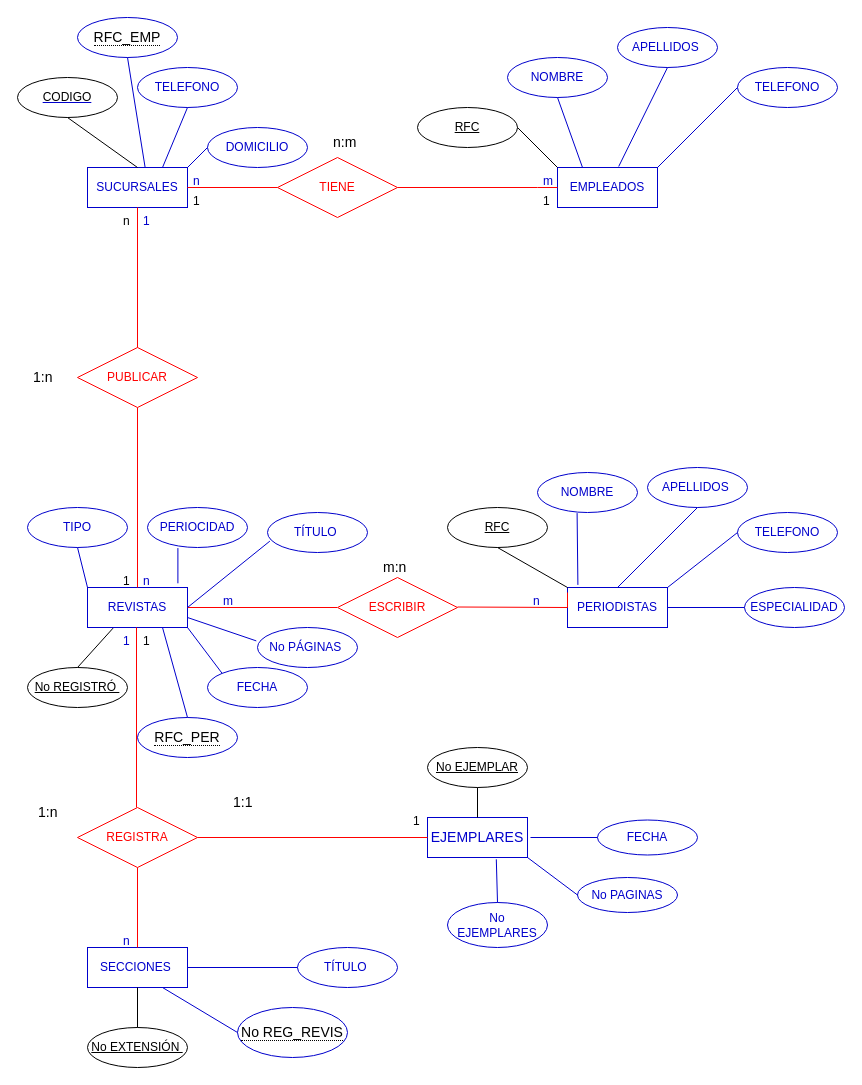
IVONNE80/BASE-DE-DATOS keeps this draw.io diagram as formularios.drawio. Above is the earlier version. Source tidied: cells renumbered, new cells numbered last; positions are measured from the earlier drawing's top-left corner, leaving out a move shared by most shapes. Both pictures are drawn from the tidied source at 100%, with x=0, y=0 at pixel (17, 17).
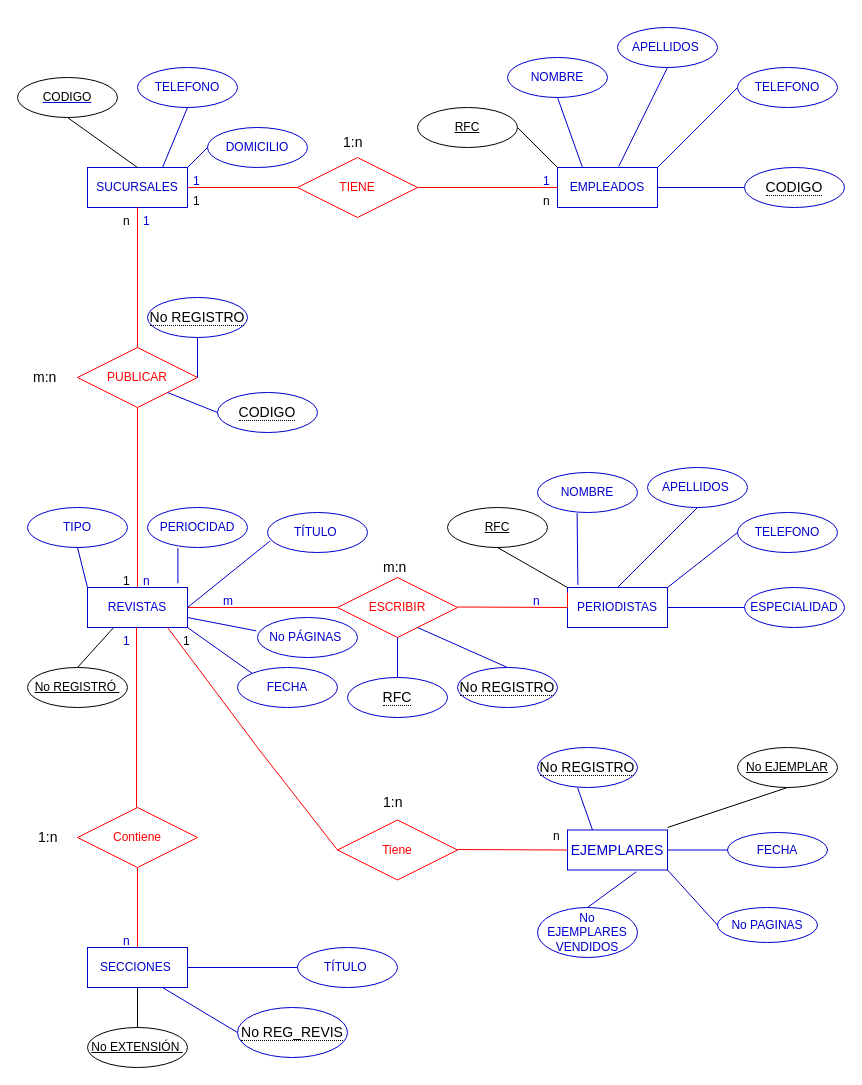
The same page after the edit.

The change refers to these unchanged cells:
```xml
<mxCell id="2" value="&lt;font color=&quot;#0000cc&quot;&gt;SUCURSALES&lt;/font&gt;" style="whiteSpace=wrap;html=1;align=center;strokeColor=#0000CC;" parent="1" vertex="1">
  <mxGeometry x="70" y="150" width="100" height="40" as="geometry" />
</mxCell>
<mxCell id="4" value="&lt;font color=&quot;#0000cc&quot;&gt;REVISTAS&lt;/font&gt;" style="whiteSpace=wrap;html=1;align=center;strokeColor=#0000CC;" parent="1" vertex="1">
  <mxGeometry x="70" y="570" width="100" height="40" as="geometry" />
</mxCell>
<mxCell id="6" value="&lt;font color=&quot;#ff0000&quot;&gt;PUBLICAR&lt;/font&gt;" style="shape=rhombus;perimeter=rhombusPerimeter;whiteSpace=wrap;html=1;align=center;strokeColor=#FF0000;" parent="1" vertex="1">
  <mxGeometry x="60" y="330" width="120" height="60" as="geometry" />
</mxCell>
<mxCell id="7" value="&lt;font color=&quot;#ff0000&quot;&gt;ESCRIBIR&lt;/font&gt;" style="shape=rhombus;perimeter=rhombusPerimeter;whiteSpace=wrap;html=1;align=center;strokeColor=#FF0000;" parent="1" vertex="1">
  <mxGeometry x="320" y="560" width="120" height="60" as="geometry" />
</mxCell>
```

Change to the diagram source:
```diff
@@
     <mxCell id="5" value="&lt;font color=&quot;#ff0000&quot;&gt;TIENE&lt;/font&gt;" style="shape=rhombus;perimeter=rhombusPerimeter;whiteSpace=wrap;html=1;align=center;strokeColor=#FF0000;" parent="1" vertex="1">
-      <mxGeometry x="260" y="140" width="120" height="60" as="geometry" />
+      <mxGeometry x="280" y="140" width="120" height="60" as="geometry" />
     </mxCell>
@@
     <mxCell id="33" value="&lt;font color=&quot;#0000cc&quot;&gt;FECHA&lt;/font&gt;" style="ellipse;whiteSpace=wrap;html=1;align=center;strokeColor=#0000CC;fontColor=#000000;" parent="1" vertex="1">
-      <mxGeometry x="190" y="650" width="100" height="40" as="geometry" />
+      <mxGeometry x="220" y="650" width="100" height="40" as="geometry" />
     </mxCell>
     <mxCell id="34" value="&lt;font color=&quot;#0000cc&quot;&gt;No PÁGINAS&amp;nbsp;&lt;/font&gt;" style="ellipse;whiteSpace=wrap;html=1;align=center;strokeColor=#0000CC;fontColor=#000000;" parent="1" vertex="1">
-      <mxGeometry x="240" y="610" width="100" height="40" as="geometry" />
+      <mxGeometry x="240" y="600" width="100" height="40" as="geometry" />
     </mxCell>
@@
-    <mxCell id="54" value="&lt;font color=&quot;#0000cc&quot;&gt;EJEMPLARES&lt;/font&gt;" style="whiteSpace=wrap;html=1;align=center;strokeColor=#0000CC;fontSize=14;fontColor=#FF0000;" parent="1" vertex="1">
-      <mxGeometry x="410" y="800" width="100" height="40" as="geometry" />
-    </mxCell>
@@
-    <mxCell id="56" value="n" style="text;strokeColor=none;fillColor=none;spacingLeft=4;spacingRight=4;overflow=hidden;fontSize=12;fontColor=#0000CC;" parent="1" vertex="1">
+    <mxCell id="56" value="1" style="text;strokeColor=none;fillColor=none;spacingLeft=4;spacingRight=4;overflow=hidden;fontSize=12;fontColor=#0000CC;" parent="1" vertex="1">
       <mxGeometry x="170" y="150" width="20" height="30" as="geometry" />
     </mxCell>
-    <mxCell id="57" value="m" style="text;strokeColor=none;fillColor=none;spacingLeft=4;spacingRight=4;overflow=hidden;fontSize=12;fontColor=#0000CC;" parent="1" vertex="1">
+    <mxCell id="57" value="1" style="text;strokeColor=none;fillColor=none;spacingLeft=4;spacingRight=4;overflow=hidden;fontSize=12;fontColor=#0000CC;" parent="1" vertex="1">
       <mxGeometry x="520" y="150" width="20" height="30" as="geometry" />
     </mxCell>
-    <mxCell id="58" value="1" style="text;strokeColor=none;fillColor=none;spacingLeft=4;spacingRight=4;overflow=hidden;fontSize=12;fontColor=#000000;" parent="1" vertex="1">
+    <mxCell id="58" value="n" style="text;strokeColor=none;fillColor=none;spacingLeft=4;spacingRight=4;overflow=hidden;fontSize=12;fontColor=#000000;" parent="1" vertex="1">
       <mxGeometry x="520" y="170" width="20" height="30" as="geometry" />
     </mxCell>
@@
-    <mxCell id="63" value="n:m" style="text;strokeColor=none;fillColor=none;spacingLeft=4;spacingRight=4;overflow=hidden;fontSize=14;fontColor=#000000;" parent="1" vertex="1">
-      <mxGeometry x="310" y="110" width="40" height="30" as="geometry" />
+    <mxCell id="63" value="1:n" style="text;strokeColor=none;fillColor=none;spacingLeft=4;spacingRight=4;overflow=hidden;fontSize=14;fontColor=#000000;" parent="1" vertex="1">
+      <mxGeometry x="320" y="110" width="40" height="30" as="geometry" />
     </mxCell>
@@
-    <mxCell id="66" value="1:n" style="text;strokeColor=none;fillColor=none;spacingLeft=4;spacingRight=4;overflow=hidden;fontSize=14;fontColor=#000000;" parent="1" vertex="1">
+    <mxCell id="66" value="m:n" style="text;strokeColor=none;fillColor=none;spacingLeft=4;spacingRight=4;overflow=hidden;fontSize=14;fontColor=#000000;" parent="1" vertex="1">
       <mxGeometry x="10" y="345" width="50" height="30" as="geometry" />
     </mxCell>
@@
-    <mxCell id="70" value="&lt;font color=&quot;#ff0000&quot;&gt;REGISTRA&lt;/font&gt;" style="shape=rhombus;perimeter=rhombusPerimeter;whiteSpace=wrap;html=1;align=center;strokeColor=#FF0000;" parent="1" vertex="1">
+    <mxCell id="70" value="&lt;font color=&quot;#ff0000&quot;&gt;Contiene&lt;/font&gt;" style="shape=rhombus;perimeter=rhombusPerimeter;whiteSpace=wrap;html=1;align=center;strokeColor=#FF0000;" parent="1" vertex="1">
       <mxGeometry x="60" y="790" width="120" height="60" as="geometry" />
     </mxCell>
@@
-    <mxCell id="73" style="endArrow=none;html=1;rounded=0;entryX=0;entryY=0.5;entryDx=0;entryDy=0;exitX=0.5;exitY=0;exitDx=0;exitDy=0;strokeColor=#FF0000;" parent="1" edge="1" target="54">
+    <mxCell id="73" style="endArrow=none;html=1;rounded=0;strokeColor=#FF0000;entryX=0;entryY=0.5;entryDx=0;entryDy=0;" parent="1" edge="1" target="96">
       <mxGeometry relative="1" as="geometry">
-        <mxPoint x="180" y="820" as="sourcePoint" />
+        <mxPoint x="150" y="610" as="sourcePoint" />
+        <Array as="points">
+          <mxPoint x="240" y="730" />
+        </Array>
       </mxGeometry>
     </mxCell>
@@
     <mxCell id="77" value="1" style="text;strokeColor=none;fillColor=none;spacingLeft=4;spacingRight=4;overflow=hidden;fontSize=12;fontColor=#000000;" parent="1" vertex="1">
-      <mxGeometry x="120" y="610" width="20" height="30" as="geometry" />
+      <mxGeometry x="160" y="610" width="20" height="30" as="geometry" />
     </mxCell>
-    <mxCell id="78" value="1" style="text;strokeColor=none;fillColor=none;spacingLeft=4;spacingRight=4;overflow=hidden;fontSize=12;fontColor=#000000;" parent="1" vertex="1">
-      <mxGeometry x="390" y="790" width="20" height="30" as="geometry" />
+    <mxCell id="78" value="n" style="text;strokeColor=none;fillColor=none;spacingLeft=4;spacingRight=4;overflow=hidden;fontSize=12;fontColor=#000000;" parent="1" vertex="1">
+      <mxGeometry x="530" y="805" width="20" height="30" as="geometry" />
     </mxCell>
-    <mxCell id="79" value="1:1" style="text;strokeColor=none;fillColor=none;spacingLeft=4;spacingRight=4;overflow=hidden;fontSize=14;fontColor=#000000;" parent="1" vertex="1">
-      <mxGeometry x="210" y="770" width="40" height="30" as="geometry" />
+    <mxCell id="79" value="1:n" style="text;strokeColor=none;fillColor=none;spacingLeft=4;spacingRight=4;overflow=hidden;fontSize=14;fontColor=#000000;" parent="1" vertex="1">
+      <mxGeometry x="360" y="770" width="40" height="30" as="geometry" />
     </mxCell>
     <mxCell id="80" value="1:n" style="text;strokeColor=none;fillColor=none;spacingLeft=4;spacingRight=4;overflow=hidden;fontSize=14;fontColor=#000000;" parent="1" vertex="1">
-      <mxGeometry x="15" y="780" width="40" height="30" as="geometry" />
+      <mxGeometry x="15" y="805" width="40" height="30" as="geometry" />
     </mxCell>
     <mxCell id="81" value="No EJEMPLAR" style="ellipse;whiteSpace=wrap;html=1;align=center;fontStyle=4;strokeColor=#000000;fontColor=#000000;" parent="1" vertex="1">
-      <mxGeometry x="410" y="730" width="100" height="40" as="geometry" />
+      <mxGeometry x="720" y="730" width="100" height="40" as="geometry" />
     </mxCell>
-    <mxCell id="82" style="endArrow=none;html=1;rounded=0;strokeColor=#000000;fontColor=#000000;exitX=0.5;exitY=0;exitDx=0;exitDy=0;entryX=0.5;entryY=1;entryDx=0;entryDy=0;" parent="1" edge="1" source="54" target="81">
-      <mxGeometry relative="1" as="geometry" />
+    <mxCell id="82" style="endArrow=none;html=1;rounded=0;strokeColor=#000000;fontColor=#000000;entryX=0.5;entryY=1;entryDx=0;entryDy=0;" parent="1" edge="1" target="81">
+      <mxGeometry relative="1" as="geometry">
+        <mxPoint x="650" y="810" as="sourcePoint" />
+      </mxGeometry>
     </mxCell>
-    <mxCell id="83" value="&lt;span style=&quot;border-bottom: 1px dotted&quot;&gt;RFC_EMP&lt;/span&gt;" style="ellipse;whiteSpace=wrap;html=1;align=center;strokeColor=#0000CC;fontSize=14;fontColor=#000000;" parent="1" vertex="1">
-      <mxGeometry x="60" width="100" height="40" as="geometry" />
+    <mxCell id="83" value="&lt;span style=&quot;border-bottom: 1px dotted&quot;&gt;CODIGO&lt;/span&gt;" style="ellipse;whiteSpace=wrap;html=1;align=center;strokeColor=#0000CC;fontSize=14;fontColor=#000000;" parent="1" vertex="1">
+      <mxGeometry x="727" y="150" width="100" height="40" as="geometry" />
     </mxCell>
-    <mxCell id="84" style="endArrow=none;html=1;rounded=0;strokeColor=#0000CC;fontColor=#0000CC;exitX=0.5;exitY=1;exitDx=0;exitDy=0;entryX=0.576;entryY=-0.005;entryDx=0;entryDy=0;entryPerimeter=0;" parent="1" edge="1" target="2">
+    <mxCell id="84" style="endArrow=none;html=1;rounded=0;strokeColor=#0000CC;fontColor=#0000CC;exitX=0.5;exitY=1;exitDx=0;exitDy=0;entryX=0;entryY=0.5;entryDx=0;entryDy=0;" parent="1" edge="1" target="83">
       <mxGeometry relative="1" as="geometry">
-        <mxPoint x="110" y="40" as="sourcePoint" />
+        <mxPoint x="640" y="170" as="sourcePoint" />
       </mxGeometry>
     </mxCell>
-    <mxCell id="85" value="&lt;span style=&quot;border-bottom: 1px dotted&quot;&gt;RFC_PER&lt;/span&gt;" style="ellipse;whiteSpace=wrap;html=1;align=center;strokeColor=#0000CC;fontSize=14;fontColor=#000000;" parent="1" vertex="1">
-      <mxGeometry x="120" y="700" width="100" height="40" as="geometry" />
+    <mxCell id="85" value="&lt;span style=&quot;border-bottom: 1px dotted&quot;&gt;RFC&lt;/span&gt;" style="ellipse;whiteSpace=wrap;html=1;align=center;strokeColor=#0000CC;fontSize=14;fontColor=#000000;" parent="1" vertex="1">
+      <mxGeometry x="330" y="660" width="100" height="40" as="geometry" />
     </mxCell>
-    <mxCell id="86" style="endArrow=none;html=1;rounded=0;strokeColor=#0000CC;fontColor=#0000CC;entryX=0.5;entryY=0;entryDx=0;entryDy=0;exitX=0.75;exitY=1;exitDx=0;exitDy=0;" parent="1" edge="1" source="4" target="85">
+    <mxCell id="86" style="endArrow=none;html=1;rounded=0;strokeColor=#0000CC;fontColor=#0000CC;entryX=0.5;entryY=0;entryDx=0;entryDy=0;exitX=0.5;exitY=1;exitDx=0;exitDy=0;" parent="1" edge="1" source="7" target="85">
       <mxGeometry relative="1" as="geometry" />
     </mxCell>
@@
     <mxCell id="89" value="&lt;font color=&quot;#0000cc&quot;&gt;FECHA&lt;/font&gt;" style="ellipse;whiteSpace=wrap;html=1;align=center;strokeColor=#0000CC;fontColor=#000000;" parent="1" vertex="1">
-      <mxGeometry x="580" y="802.5" width="100" height="35" as="geometry" />
+      <mxGeometry x="710" y="815" width="100" height="35" as="geometry" />
     </mxCell>
     <mxCell id="90" value="&lt;font color=&quot;#0000cc&quot;&gt;No PAGINAS&lt;/font&gt;" style="ellipse;whiteSpace=wrap;html=1;align=center;strokeColor=#0000CC;fontColor=#000000;" parent="1" vertex="1">
-      <mxGeometry x="560" y="860" width="100" height="35" as="geometry" />
+      <mxGeometry x="700" y="890" width="100" height="35" as="geometry" />
     </mxCell>
-    <mxCell id="91" value="&lt;font color=&quot;#0000cc&quot;&gt;No EJEMPLARES&lt;/font&gt;" style="ellipse;whiteSpace=wrap;html=1;align=center;strokeColor=#0000CC;fontColor=#000000;" parent="1" vertex="1">
-      <mxGeometry x="430" y="885" width="100" height="45" as="geometry" />
+    <mxCell id="91" value="&lt;font color=&quot;#0000cc&quot;&gt;No EJEMPLARES VENDIDOS&lt;/font&gt;" style="ellipse;whiteSpace=wrap;html=1;align=center;strokeColor=#0000CC;fontColor=#000000;" parent="1" vertex="1">
+      <mxGeometry x="520" y="890" width="100" height="50" as="geometry" />
     </mxCell>
-    <mxCell id="92" style="endArrow=none;html=1;rounded=0;strokeColor=#0000CC;fontColor=#0000CC;exitX=1;exitY=0.5;exitDx=0;exitDy=0;" parent="1" edge="1">
+    <mxCell id="92" style="endArrow=none;html=1;rounded=0;strokeColor=#0000CC;fontColor=#0000CC;exitX=1;exitY=0.5;exitDx=0;exitDy=0;startArrow=none;" parent="1" edge="1" source="54">
       <mxGeometry relative="1" as="geometry">
-        <mxPoint x="513" y="820" as="sourcePoint" />
         <mxPoint x="580" y="820" as="targetPoint" />
       </mxGeometry>
     </mxCell>
@@
+    <mxCell id="54" value="&lt;font color=&quot;#0000cc&quot;&gt;EJEMPLARES&lt;/font&gt;" style="whiteSpace=wrap;html=1;align=center;strokeColor=#0000CC;fontSize=14;fontColor=#FF0000;" parent="1" vertex="1">
+      <mxGeometry x="550" y="812.5" width="100" height="40" as="geometry" />
+    </mxCell>
+    <mxCell id="95" style="endArrow=none;html=1;rounded=0;strokeColor=#0000CC;fontColor=#0000CC;exitX=0;exitY=0.5;exitDx=0;exitDy=0;" parent="1" edge="1" source="89" target="54">
+      <mxGeometry relative="1" as="geometry" />
+    </mxCell>
+    <mxCell id="96" value="&lt;font color=&quot;#ff0000&quot;&gt;Tiene&lt;/font&gt;" style="shape=rhombus;perimeter=rhombusPerimeter;whiteSpace=wrap;html=1;align=center;strokeColor=#FF0000;" parent="1" vertex="1">
+      <mxGeometry x="320" y="802.5" width="120" height="60" as="geometry" />
+    </mxCell>
+    <mxCell id="97" style="endArrow=none;html=1;rounded=0;entryX=1;entryY=0.5;entryDx=0;entryDy=0;strokeColor=#FF0000;startArrow=none;" parent="1" edge="1">
+      <mxGeometry relative="1" as="geometry">
+        <mxPoint x="550" y="832.5" as="sourcePoint" />
+        <mxPoint x="440" y="832" as="targetPoint" />
+      </mxGeometry>
+    </mxCell>
+    <mxCell id="98" value="&lt;span style=&quot;border-bottom: 1px dotted&quot;&gt;No REGISTRO&lt;/span&gt;" style="ellipse;whiteSpace=wrap;html=1;align=center;strokeColor=#0000CC;fontSize=14;fontColor=#000000;" parent="1" vertex="1">
+      <mxGeometry x="440" y="650" width="100" height="40" as="geometry" />
+    </mxCell>
+    <mxCell id="99" style="endArrow=none;html=1;rounded=0;strokeColor=#0000CC;fontColor=#0000CC;entryX=0.5;entryY=0;entryDx=0;entryDy=0;" parent="1" edge="1" target="98">
+      <mxGeometry relative="1" as="geometry">
+        <mxPoint x="400" y="610" as="sourcePoint" />
+      </mxGeometry>
+    </mxCell>
+    <mxCell id="100" value="&lt;span style=&quot;border-bottom: 1px dotted&quot;&gt;No REGISTRO&lt;/span&gt;" style="ellipse;whiteSpace=wrap;html=1;align=center;strokeColor=#0000CC;fontSize=14;fontColor=#000000;" parent="1" vertex="1">
+      <mxGeometry x="520" y="730" width="100" height="40" as="geometry" />
+    </mxCell>
+    <mxCell id="101" style="endArrow=none;html=1;rounded=0;strokeColor=#0000CC;fontColor=#0000CC;entryX=0.5;entryY=0;entryDx=0;entryDy=0;" parent="1" edge="1">
+      <mxGeometry relative="1" as="geometry">
+        <mxPoint x="560" y="770" as="sourcePoint" />
+        <mxPoint x="575" y="812.5" as="targetPoint" />
+      </mxGeometry>
+    </mxCell>
+    <mxCell id="102" value="&lt;span style=&quot;border-bottom: 1px dotted&quot;&gt;No REGISTRO&lt;/span&gt;" style="ellipse;whiteSpace=wrap;html=1;align=center;strokeColor=#0000CC;fontSize=14;fontColor=#000000;" parent="1" vertex="1">
+      <mxGeometry x="130" y="280" width="100" height="40" as="geometry" />
+    </mxCell>
+    <mxCell id="103" value="&lt;span style=&quot;border-bottom: 1px dotted&quot;&gt;CODIGO&lt;/span&gt;" style="ellipse;whiteSpace=wrap;html=1;align=center;strokeColor=#0000CC;fontSize=14;fontColor=#000000;" parent="1" vertex="1">
+      <mxGeometry x="200" y="375" width="100" height="40" as="geometry" />
+    </mxCell>
+    <mxCell id="104" style="endArrow=none;html=1;rounded=0;strokeColor=#0000CC;fontColor=#0000CC;exitX=0.5;exitY=0;exitDx=0;exitDy=0;entryX=0.5;entryY=1;entryDx=0;entryDy=0;" parent="1" edge="1" target="102">
+      <mxGeometry relative="1" as="geometry">
+        <mxPoint x="180" y="360" as="sourcePoint" />
+      </mxGeometry>
+    </mxCell>
+    <mxCell id="105" style="endArrow=none;html=1;rounded=0;strokeColor=#0000CC;fontColor=#0000CC;exitX=1;exitY=1;exitDx=0;exitDy=0;entryX=0;entryY=0.5;entryDx=0;entryDy=0;" parent="1" edge="1" source="6" target="103">
+      <mxGeometry relative="1" as="geometry" />
+    </mxCell>
```
